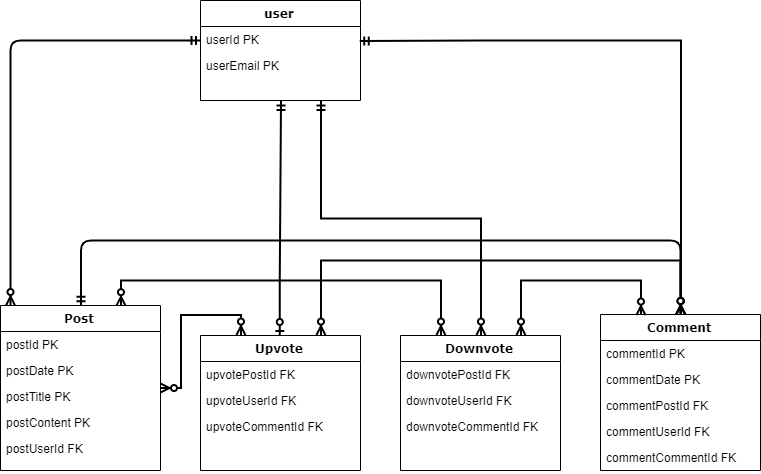
Above: epic/design-diagram.png in BeckTimothy/dataDesignProject (draw.io), before the change. Source tidied: cells renumbered, new cells last; positions are measured from the earlier drawing's top-left corner, leaving out a move shared by most shapes. Its diagram source:
```xml
<mxGraphModel background="#ffffff">
  <root>
    <mxCell id="0" />
    <mxCell id="1" parent="0" />
    <mxCell id="2" value="user" style="swimlane;html=1;fontStyle=1;align=center;verticalAlign=top;horizontal=1;startSize=26;swimlaneFillColor=#ffffff;rounded=0;shadow=0;comic=0;labelBackgroundColor=none;strokeColor=#000000;strokeWidth=1;fillColor=none;fontFamily=Verdana;fontSize=12;fontColor=#000000;" parent="1" vertex="1">
      <mxGeometry x="200" width="160" height="100" as="geometry" />
    </mxCell>
    <mxCell id="3" value="userId PK" style="text;html=1;strokeColor=none;fillColor=none;align=left;verticalAlign=top;spacingLeft=4;spacingRight=4;whiteSpace=wrap;overflow=hidden;" parent="2" vertex="1">
      <mxGeometry y="26" width="160" height="26" as="geometry" />
    </mxCell>
    <mxCell id="4" value="userEmail PK" style="text;html=1;strokeColor=none;fillColor=none;align=left;verticalAlign=top;spacingLeft=4;spacingRight=4;whiteSpace=wrap;overflow=hidden;points=[[0,0.5],[1,0.5]];portConstraint=eastwest;" parent="2" vertex="1">
      <mxGeometry y="52" width="160" height="26" as="geometry" />
    </mxCell>
    <mxCell id="5" value="Post" style="swimlane;html=1;fontStyle=1;align=center;verticalAlign=top;horizontal=1;startSize=26;swimlaneFillColor=#ffffff;rounded=0;shadow=0;comic=0;labelBackgroundColor=none;strokeColor=#000000;strokeWidth=1;fillColor=none;fontFamily=Verdana;fontSize=12;fontColor=#000000;" parent="1" vertex="1">
      <mxGeometry y="305" width="160" height="165" as="geometry" />
    </mxCell>
    <mxCell id="6" value="postId PK" style="text;html=1;strokeColor=none;fillColor=none;align=left;verticalAlign=top;spacingLeft=4;spacingRight=4;whiteSpace=wrap;overflow=hidden;" parent="5" vertex="1">
      <mxGeometry y="26" width="160" height="26" as="geometry" />
    </mxCell>
    <mxCell id="7" value="postDate PK" style="text;html=1;strokeColor=none;fillColor=none;align=left;verticalAlign=top;spacingLeft=4;spacingRight=4;whiteSpace=wrap;overflow=hidden;" parent="5" vertex="1">
      <mxGeometry y="52" width="160" height="26" as="geometry" />
    </mxCell>
    <mxCell id="8" value="postTitle PK" style="text;html=1;strokeColor=none;fillColor=none;align=left;verticalAlign=top;spacingLeft=4;spacingRight=4;whiteSpace=wrap;overflow=hidden;" parent="5" vertex="1">
      <mxGeometry y="78" width="160" height="26" as="geometry" />
    </mxCell>
    <mxCell id="9" value="postContent PK" style="text;html=1;strokeColor=none;fillColor=none;align=left;verticalAlign=top;spacingLeft=4;spacingRight=4;whiteSpace=wrap;overflow=hidden;" parent="5" vertex="1">
      <mxGeometry y="104" width="160" height="26" as="geometry" />
    </mxCell>
    <mxCell id="10" value="postUserId FK" style="text;html=1;strokeColor=none;fillColor=none;align=left;verticalAlign=top;spacingLeft=4;spacingRight=4;whiteSpace=wrap;overflow=hidden;" parent="5" vertex="1">
      <mxGeometry y="130" width="160" height="26" as="geometry" />
    </mxCell>
    <mxCell id="11" style="edgeStyle=orthogonalEdgeStyle;rounded=0;jettySize=auto;html=1;startArrow=ERzeroToMany;startFill=1;endArrow=ERmandOne;endFill=0;strokeWidth=2;" parent="1" edge="1" source="12">
      <mxGeometry relative="1" as="geometry">
        <mxPoint x="359" y="40" as="targetPoint" />
        <Array as="points">
          <mxPoint x="479" y="40" />
        </Array>
      </mxGeometry>
    </mxCell>
    <mxCell id="12" value="Comment" style="swimlane;html=1;fontStyle=1;align=center;verticalAlign=top;horizontal=1;startSize=26;swimlaneFillColor=#ffffff;rounded=0;shadow=0;comic=0;labelBackgroundColor=none;strokeColor=#000000;strokeWidth=1;fillColor=none;fontFamily=Verdana;fontSize=12;fontColor=#000000;" parent="1" vertex="1">
      <mxGeometry x="600" y="314" width="160" height="156" as="geometry" />
    </mxCell>
    <mxCell id="13" value="commentId PK" style="text;html=1;strokeColor=none;fillColor=none;align=left;verticalAlign=top;spacingLeft=4;spacingRight=4;whiteSpace=wrap;overflow=hidden;" parent="12" vertex="1">
      <mxGeometry y="26" width="160" height="26" as="geometry" />
    </mxCell>
    <mxCell id="14" value="commentDate PK" style="text;html=1;strokeColor=none;fillColor=none;align=left;verticalAlign=top;spacingLeft=4;spacingRight=4;whiteSpace=wrap;overflow=hidden;" parent="12" vertex="1">
      <mxGeometry y="52" width="160" height="26" as="geometry" />
    </mxCell>
    <mxCell id="15" value="commentPostId FK" style="text;html=1;strokeColor=none;fillColor=none;align=left;verticalAlign=top;spacingLeft=4;spacingRight=4;whiteSpace=wrap;overflow=hidden;" parent="12" vertex="1">
      <mxGeometry y="78" width="160" height="26" as="geometry" />
    </mxCell>
    <mxCell id="16" value="commentUserId FK" style="text;html=1;strokeColor=none;fillColor=none;align=left;verticalAlign=top;spacingLeft=4;spacingRight=4;whiteSpace=wrap;overflow=hidden;" parent="12" vertex="1">
      <mxGeometry y="104" width="160" height="26" as="geometry" />
    </mxCell>
    <mxCell id="17" value="commentCommentId FK" style="text;html=1;strokeColor=none;fillColor=none;align=left;verticalAlign=top;spacingLeft=4;spacingRight=4;whiteSpace=wrap;overflow=hidden;" parent="12" vertex="1">
      <mxGeometry y="130" width="160" height="26" as="geometry" />
    </mxCell>
    <mxCell id="18" style="edgeStyle=elbowEdgeStyle;html=1;labelBackgroundColor=none;startFill=0;endArrow=ERzeroToMany;endFill=1;fontFamily=Verdana;fontSize=12;elbow=vertical;strokeWidth=2;startArrow=ERmandOne;" parent="1" edge="1" source="2" target="5">
      <mxGeometry relative="1" as="geometry">
        <Array as="points">
          <mxPoint x="10" y="40" />
        </Array>
      </mxGeometry>
    </mxCell>
    <mxCell id="19" style="html=1;startArrow=ERmandOne;startFill=0;endArrow=ERzeroToMany;endFill=1;strokeWidth=2;edgeStyle=elbowEdgeStyle;elbow=vertical;exitX=0.5;exitY=0;exitDx=0;exitDy=0;" parent="1" edge="1" source="5" target="12">
      <mxGeometry relative="1" as="geometry">
        <Array as="points">
          <mxPoint x="140" y="240" />
          <mxPoint x="110" y="260" />
          <mxPoint x="180" y="250" />
        </Array>
      </mxGeometry>
    </mxCell>
    <mxCell id="20" style="edgeStyle=orthogonalEdgeStyle;rounded=0;jettySize=auto;html=1;exitX=0.25;exitY=0;exitDx=0;exitDy=0;startArrow=ERzeroToMany;startFill=1;endArrow=ERzeroToMany;endFill=1;strokeWidth=2;" parent="1" edge="1" source="23" target="5">
      <mxGeometry relative="1" as="geometry" />
    </mxCell>
    <mxCell id="21" style="edgeStyle=orthogonalEdgeStyle;rounded=0;jettySize=auto;html=1;startArrow=ERzeroToOne;startFill=1;endArrow=ERmandOne;endFill=0;strokeWidth=2;entryX=0.5;entryY=1;entryDx=0;entryDy=0;" parent="1" edge="1" source="23" target="2">
      <mxGeometry relative="1" as="geometry">
        <Array as="points">
          <mxPoint x="279" y="280" />
          <mxPoint x="279" y="280" />
        </Array>
      </mxGeometry>
    </mxCell>
    <mxCell id="22" style="edgeStyle=elbowEdgeStyle;rounded=0;jettySize=auto;html=1;exitX=0.75;exitY=0;exitDx=0;exitDy=0;startArrow=ERzeroToMany;startFill=1;endArrow=ERzeroToMany;endFill=1;strokeWidth=2;elbow=vertical;" parent="1" edge="1" source="23" target="12">
      <mxGeometry relative="1" as="geometry">
        <Array as="points">
          <mxPoint x="500" y="260" />
        </Array>
      </mxGeometry>
    </mxCell>
    <mxCell id="23" value="Upvote" style="swimlane;html=1;fontStyle=1;align=center;verticalAlign=top;horizontal=1;startSize=26;swimlaneFillColor=#ffffff;rounded=0;shadow=0;comic=0;labelBackgroundColor=none;strokeColor=#000000;strokeWidth=1;fillColor=none;fontFamily=Verdana;fontSize=12;fontColor=#000000;" parent="1" vertex="1">
      <mxGeometry x="200" y="335" width="160" height="135" as="geometry" />
    </mxCell>
    <mxCell id="24" value="upvotePostId FK" style="text;html=1;strokeColor=none;fillColor=none;align=left;verticalAlign=top;spacingLeft=4;spacingRight=4;whiteSpace=wrap;overflow=hidden;" parent="23" vertex="1">
      <mxGeometry y="26" width="160" height="26" as="geometry" />
    </mxCell>
    <mxCell id="25" value="upvoteUserId FK" style="text;html=1;strokeColor=none;fillColor=none;align=left;verticalAlign=top;spacingLeft=4;spacingRight=4;whiteSpace=wrap;overflow=hidden;" parent="23" vertex="1">
      <mxGeometry y="52" width="160" height="26" as="geometry" />
    </mxCell>
    <mxCell id="26" value="upvoteCommentId FK&amp;nbsp;" style="text;html=1;strokeColor=none;fillColor=none;align=left;verticalAlign=top;spacingLeft=4;spacingRight=4;whiteSpace=wrap;overflow=hidden;" parent="23" vertex="1">
      <mxGeometry y="78" width="160" height="26" as="geometry" />
    </mxCell>
    <mxCell id="27" style="edgeStyle=elbowEdgeStyle;rounded=0;jettySize=auto;elbow=vertical;html=1;exitX=0.25;exitY=0;exitDx=0;exitDy=0;startArrow=ERzeroToMany;startFill=1;endArrow=ERzeroToMany;endFill=1;strokeWidth=2;entryX=0.75;entryY=0;entryDx=0;entryDy=0;" parent="1" edge="1" source="30" target="5">
      <mxGeometry relative="1" as="geometry">
        <Array as="points">
          <mxPoint x="290" y="280" />
        </Array>
      </mxGeometry>
    </mxCell>
    <mxCell id="28" style="edgeStyle=elbowEdgeStyle;rounded=0;jettySize=auto;elbow=vertical;html=1;exitX=0.75;exitY=0;exitDx=0;exitDy=0;entryX=0.25;entryY=0;entryDx=0;entryDy=0;startArrow=ERzeroToMany;startFill=1;endArrow=ERzeroToMany;endFill=1;strokeWidth=2;" parent="1" edge="1" source="30" target="12">
      <mxGeometry relative="1" as="geometry">
        <Array as="points">
          <mxPoint x="590" y="280" />
        </Array>
      </mxGeometry>
    </mxCell>
    <mxCell id="29" style="edgeStyle=elbowEdgeStyle;rounded=0;jettySize=auto;elbow=vertical;html=1;exitX=0.5;exitY=0;exitDx=0;exitDy=0;entryX=0.75;entryY=1;entryDx=0;entryDy=0;startArrow=ERzeroToMany;startFill=1;endArrow=ERmandOne;endFill=0;strokeWidth=2;" parent="1" edge="1" source="30" target="2">
      <mxGeometry relative="1" as="geometry" />
    </mxCell>
    <mxCell id="30" value="Downvote" style="swimlane;html=1;fontStyle=1;align=center;verticalAlign=top;horizontal=1;startSize=26;swimlaneFillColor=#ffffff;rounded=0;shadow=0;comic=0;labelBackgroundColor=none;strokeColor=#000000;strokeWidth=1;fillColor=none;fontFamily=Verdana;fontSize=12;fontColor=#000000;" parent="1" vertex="1">
      <mxGeometry x="400" y="335" width="160" height="135" as="geometry" />
    </mxCell>
    <mxCell id="31" value="downvotePostId FK" style="text;html=1;strokeColor=none;fillColor=none;align=left;verticalAlign=top;spacingLeft=4;spacingRight=4;whiteSpace=wrap;overflow=hidden;" parent="30" vertex="1">
      <mxGeometry y="26" width="160" height="26" as="geometry" />
    </mxCell>
    <mxCell id="32" value="downvoteUserId FK" style="text;html=1;strokeColor=none;fillColor=none;align=left;verticalAlign=top;spacingLeft=4;spacingRight=4;whiteSpace=wrap;overflow=hidden;" parent="30" vertex="1">
      <mxGeometry y="52" width="160" height="26" as="geometry" />
    </mxCell>
    <mxCell id="33" value="downvoteCommentId FK&amp;nbsp;" style="text;html=1;strokeColor=none;fillColor=none;align=left;verticalAlign=top;spacingLeft=4;spacingRight=4;whiteSpace=wrap;overflow=hidden;" parent="30" vertex="1">
      <mxGeometry y="78" width="160" height="26" as="geometry" />
    </mxCell>
  </root>
</mxGraphModel>
```
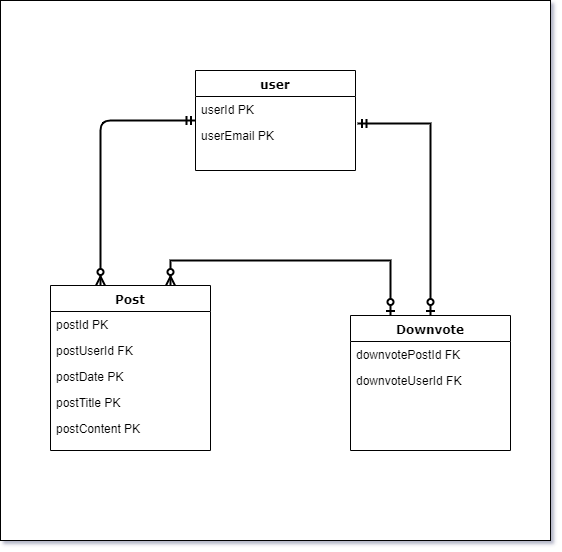
After the commit.

Diff of the diagram source:
```diff
@@ -2,8 +2,11 @@
   <root>
     <mxCell id="0" />
     <mxCell id="1" parent="0" />
+    <mxCell id="34" style="rounded=0;whiteSpace=wrap;html=1;" parent="1" vertex="1">
+      <mxGeometry x="-50" y="20" width="550" height="540" as="geometry" />
+    </mxCell>
     <mxCell id="2" value="user" style="swimlane;html=1;fontStyle=1;align=center;verticalAlign=top;horizontal=1;startSize=26;swimlaneFillColor=#ffffff;rounded=0;shadow=0;comic=0;labelBackgroundColor=none;strokeColor=#000000;strokeWidth=1;fillColor=none;fontFamily=Verdana;fontSize=12;fontColor=#000000;" parent="1" vertex="1">
-      <mxGeometry x="200" width="160" height="100" as="geometry" />
+      <mxGeometry x="145" y="90" width="160" height="100" as="geometry" />
     </mxCell>
     <mxCell id="3" value="userId PK" style="text;html=1;strokeColor=none;fillColor=none;align=left;verticalAlign=top;spacingLeft=4;spacingRight=4;whiteSpace=wrap;overflow=hidden;" parent="2" vertex="1">
       <mxGeometry y="26" width="160" height="26" as="geometry" />
@@ -17,109 +20,41 @@
     <mxCell id="6" value="postId PK" style="text;html=1;strokeColor=none;fillColor=none;align=left;verticalAlign=top;spacingLeft=4;spacingRight=4;whiteSpace=wrap;overflow=hidden;" parent="5" vertex="1">
       <mxGeometry y="26" width="160" height="26" as="geometry" />
     </mxCell>
+    <mxCell id="10" value="postUserId FK" style="text;html=1;strokeColor=none;fillColor=none;align=left;verticalAlign=top;spacingLeft=4;spacingRight=4;whiteSpace=wrap;overflow=hidden;" parent="5" vertex="1">
+      <mxGeometry y="52" width="160" height="26" as="geometry" />
+    </mxCell>
     <mxCell id="7" value="postDate PK" style="text;html=1;strokeColor=none;fillColor=none;align=left;verticalAlign=top;spacingLeft=4;spacingRight=4;whiteSpace=wrap;overflow=hidden;" parent="5" vertex="1">
-      <mxGeometry y="52" width="160" height="26" as="geometry" />
+      <mxGeometry y="78" width="160" height="26" as="geometry" />
     </mxCell>
     <mxCell id="8" value="postTitle PK" style="text;html=1;strokeColor=none;fillColor=none;align=left;verticalAlign=top;spacingLeft=4;spacingRight=4;whiteSpace=wrap;overflow=hidden;" parent="5" vertex="1">
-      <mxGeometry y="78" width="160" height="26" as="geometry" />
+      <mxGeometry y="104" width="160" height="26" as="geometry" />
     </mxCell>
     <mxCell id="9" value="postContent PK" style="text;html=1;strokeColor=none;fillColor=none;align=left;verticalAlign=top;spacingLeft=4;spacingRight=4;whiteSpace=wrap;overflow=hidden;" parent="5" vertex="1">
-      <mxGeometry y="104" width="160" height="26" as="geometry" />
+      <mxGeometry y="130" width="160" height="26" as="geometry" />
     </mxCell>
-    <mxCell id="10" value="postUserId FK" style="text;html=1;strokeColor=none;fillColor=none;align=left;verticalAlign=top;spacingLeft=4;spacingRight=4;whiteSpace=wrap;overflow=hidden;" parent="5" vertex="1">
-      <mxGeometry y="130" width="160" height="26" as="geometry" />
-    </mxCell>
-    <mxCell id="11" style="edgeStyle=orthogonalEdgeStyle;rounded=0;jettySize=auto;html=1;startArrow=ERzeroToMany;startFill=1;endArrow=ERmandOne;endFill=0;strokeWidth=2;" parent="1" edge="1" source="12">
-      <mxGeometry relative="1" as="geometry">
-        <mxPoint x="359" y="40" as="targetPoint" />
-        <Array as="points">
-          <mxPoint x="479" y="40" />
-        </Array>
-      </mxGeometry>
-    </mxCell>
-    <mxCell id="12" value="Comment" style="swimlane;html=1;fontStyle=1;align=center;verticalAlign=top;horizontal=1;startSize=26;swimlaneFillColor=#ffffff;rounded=0;shadow=0;comic=0;labelBackgroundColor=none;strokeColor=#000000;strokeWidth=1;fillColor=none;fontFamily=Verdana;fontSize=12;fontColor=#000000;" parent="1" vertex="1">
-      <mxGeometry x="600" y="314" width="160" height="156" as="geometry" />
-    </mxCell>
-    <mxCell id="13" value="commentId PK" style="text;html=1;strokeColor=none;fillColor=none;align=left;verticalAlign=top;spacingLeft=4;spacingRight=4;whiteSpace=wrap;overflow=hidden;" parent="12" vertex="1">
-      <mxGeometry y="26" width="160" height="26" as="geometry" />
-    </mxCell>
-    <mxCell id="14" value="commentDate PK" style="text;html=1;strokeColor=none;fillColor=none;align=left;verticalAlign=top;spacingLeft=4;spacingRight=4;whiteSpace=wrap;overflow=hidden;" parent="12" vertex="1">
-      <mxGeometry y="52" width="160" height="26" as="geometry" />
-    </mxCell>
-    <mxCell id="15" value="commentPostId FK" style="text;html=1;strokeColor=none;fillColor=none;align=left;verticalAlign=top;spacingLeft=4;spacingRight=4;whiteSpace=wrap;overflow=hidden;" parent="12" vertex="1">
-      <mxGeometry y="78" width="160" height="26" as="geometry" />
-    </mxCell>
-    <mxCell id="16" value="commentUserId FK" style="text;html=1;strokeColor=none;fillColor=none;align=left;verticalAlign=top;spacingLeft=4;spacingRight=4;whiteSpace=wrap;overflow=hidden;" parent="12" vertex="1">
-      <mxGeometry y="104" width="160" height="26" as="geometry" />
-    </mxCell>
-    <mxCell id="17" value="commentCommentId FK" style="text;html=1;strokeColor=none;fillColor=none;align=left;verticalAlign=top;spacingLeft=4;spacingRight=4;whiteSpace=wrap;overflow=hidden;" parent="12" vertex="1">
-      <mxGeometry y="130" width="160" height="26" as="geometry" />
-    </mxCell>
     <mxCell id="18" style="edgeStyle=elbowEdgeStyle;html=1;labelBackgroundColor=none;startFill=0;endArrow=ERzeroToMany;endFill=1;fontFamily=Verdana;fontSize=12;elbow=vertical;strokeWidth=2;startArrow=ERmandOne;" parent="1" edge="1" source="2" target="5">
       <mxGeometry relative="1" as="geometry">
         <Array as="points">
-          <mxPoint x="10" y="40" />
+          <mxPoint x="50" y="140" />
         </Array>
       </mxGeometry>
     </mxCell>
-    <mxCell id="19" style="html=1;startArrow=ERmandOne;startFill=0;endArrow=ERzeroToMany;endFill=1;strokeWidth=2;edgeStyle=elbowEdgeStyle;elbow=vertical;exitX=0.5;exitY=0;exitDx=0;exitDy=0;" parent="1" edge="1" source="5" target="12">
-      <mxGeometry relative="1" as="geometry">
-        <Array as="points">
-          <mxPoint x="140" y="240" />
-          <mxPoint x="110" y="260" />
-          <mxPoint x="180" y="250" />
-        </Array>
-      </mxGeometry>
-    </mxCell>
-    <mxCell id="20" style="edgeStyle=orthogonalEdgeStyle;rounded=0;jettySize=auto;html=1;exitX=0.25;exitY=0;exitDx=0;exitDy=0;startArrow=ERzeroToMany;startFill=1;endArrow=ERzeroToMany;endFill=1;strokeWidth=2;" parent="1" edge="1" source="23" target="5">
-      <mxGeometry relative="1" as="geometry" />
-    </mxCell>
-    <mxCell id="21" style="edgeStyle=orthogonalEdgeStyle;rounded=0;jettySize=auto;html=1;startArrow=ERzeroToOne;startFill=1;endArrow=ERmandOne;endFill=0;strokeWidth=2;entryX=0.5;entryY=1;entryDx=0;entryDy=0;" parent="1" edge="1" source="23" target="2">
-      <mxGeometry relative="1" as="geometry">
-        <Array as="points">
-          <mxPoint x="279" y="280" />
-          <mxPoint x="279" y="280" />
-        </Array>
-      </mxGeometry>
-    </mxCell>
-    <mxCell id="22" style="edgeStyle=elbowEdgeStyle;rounded=0;jettySize=auto;html=1;exitX=0.75;exitY=0;exitDx=0;exitDy=0;startArrow=ERzeroToMany;startFill=1;endArrow=ERzeroToMany;endFill=1;strokeWidth=2;elbow=vertical;" parent="1" edge="1" source="23" target="12">
-      <mxGeometry relative="1" as="geometry">
-        <Array as="points">
-          <mxPoint x="500" y="260" />
-        </Array>
-      </mxGeometry>
-    </mxCell>
-    <mxCell id="23" value="Upvote" style="swimlane;html=1;fontStyle=1;align=center;verticalAlign=top;horizontal=1;startSize=26;swimlaneFillColor=#ffffff;rounded=0;shadow=0;comic=0;labelBackgroundColor=none;strokeColor=#000000;strokeWidth=1;fillColor=none;fontFamily=Verdana;fontSize=12;fontColor=#000000;" parent="1" vertex="1">
-      <mxGeometry x="200" y="335" width="160" height="135" as="geometry" />
-    </mxCell>
-    <mxCell id="24" value="upvotePostId FK" style="text;html=1;strokeColor=none;fillColor=none;align=left;verticalAlign=top;spacingLeft=4;spacingRight=4;whiteSpace=wrap;overflow=hidden;" parent="23" vertex="1">
-      <mxGeometry y="26" width="160" height="26" as="geometry" />
-    </mxCell>
-    <mxCell id="25" value="upvoteUserId FK" style="text;html=1;strokeColor=none;fillColor=none;align=left;verticalAlign=top;spacingLeft=4;spacingRight=4;whiteSpace=wrap;overflow=hidden;" parent="23" vertex="1">
-      <mxGeometry y="52" width="160" height="26" as="geometry" />
-    </mxCell>
-    <mxCell id="26" value="upvoteCommentId FK&amp;nbsp;" style="text;html=1;strokeColor=none;fillColor=none;align=left;verticalAlign=top;spacingLeft=4;spacingRight=4;whiteSpace=wrap;overflow=hidden;" parent="23" vertex="1">
-      <mxGeometry y="78" width="160" height="26" as="geometry" />
-    </mxCell>
-    <mxCell id="27" style="edgeStyle=elbowEdgeStyle;rounded=0;jettySize=auto;elbow=vertical;html=1;exitX=0.25;exitY=0;exitDx=0;exitDy=0;startArrow=ERzeroToMany;startFill=1;endArrow=ERzeroToMany;endFill=1;strokeWidth=2;entryX=0.75;entryY=0;entryDx=0;entryDy=0;" parent="1" edge="1" source="30" target="5">
+    <mxCell id="27" style="edgeStyle=elbowEdgeStyle;rounded=0;jettySize=auto;elbow=vertical;html=1;exitX=0.25;exitY=0;exitDx=0;exitDy=0;startArrow=ERzeroToOne;startFill=1;endArrow=ERzeroToMany;endFill=1;strokeWidth=2;entryX=0.75;entryY=0;entryDx=0;entryDy=0;" parent="1" edge="1" source="30" target="5">
       <mxGeometry relative="1" as="geometry">
         <Array as="points">
           <mxPoint x="290" y="280" />
         </Array>
       </mxGeometry>
     </mxCell>
-    <mxCell id="28" style="edgeStyle=elbowEdgeStyle;rounded=0;jettySize=auto;elbow=vertical;html=1;exitX=0.75;exitY=0;exitDx=0;exitDy=0;entryX=0.25;entryY=0;entryDx=0;entryDy=0;startArrow=ERzeroToMany;startFill=1;endArrow=ERzeroToMany;endFill=1;strokeWidth=2;" parent="1" edge="1" source="30" target="12">
-      <mxGeometry relative="1" as="geometry">
-        <Array as="points">
-          <mxPoint x="590" y="280" />
-        </Array>
-      </mxGeometry>
-    </mxCell>
-    <mxCell id="29" style="edgeStyle=elbowEdgeStyle;rounded=0;jettySize=auto;elbow=vertical;html=1;exitX=0.5;exitY=0;exitDx=0;exitDy=0;entryX=0.75;entryY=1;entryDx=0;entryDy=0;startArrow=ERzeroToMany;startFill=1;endArrow=ERmandOne;endFill=0;strokeWidth=2;" parent="1" edge="1" source="30" target="2">
-      <mxGeometry relative="1" as="geometry" />
+    <mxCell id="29" style="edgeStyle=elbowEdgeStyle;rounded=0;jettySize=auto;elbow=vertical;html=1;exitX=0.5;exitY=0;exitDx=0;exitDy=0;startArrow=ERzeroToOne;startFill=1;endArrow=ERmandOne;endFill=0;strokeWidth=2;entryX=1.013;entryY=0.038;entryDx=0;entryDy=0;entryPerimeter=0;" parent="1" edge="1" source="30" target="4">
+      <mxGeometry relative="1" as="geometry">
+        <Array as="points">
+          <mxPoint x="410" y="143" />
+        </Array>
+      </mxGeometry>
     </mxCell>
     <mxCell id="30" value="Downvote" style="swimlane;html=1;fontStyle=1;align=center;verticalAlign=top;horizontal=1;startSize=26;swimlaneFillColor=#ffffff;rounded=0;shadow=0;comic=0;labelBackgroundColor=none;strokeColor=#000000;strokeWidth=1;fillColor=none;fontFamily=Verdana;fontSize=12;fontColor=#000000;" parent="1" vertex="1">
-      <mxGeometry x="400" y="335" width="160" height="135" as="geometry" />
+      <mxGeometry x="300" y="335" width="160" height="135" as="geometry" />
     </mxCell>
     <mxCell id="31" value="downvotePostId FK" style="text;html=1;strokeColor=none;fillColor=none;align=left;verticalAlign=top;spacingLeft=4;spacingRight=4;whiteSpace=wrap;overflow=hidden;" parent="30" vertex="1">
       <mxGeometry y="26" width="160" height="26" as="geometry" />
@@ -127,8 +62,5 @@
     <mxCell id="32" value="downvoteUserId FK" style="text;html=1;strokeColor=none;fillColor=none;align=left;verticalAlign=top;spacingLeft=4;spacingRight=4;whiteSpace=wrap;overflow=hidden;" parent="30" vertex="1">
       <mxGeometry y="52" width="160" height="26" as="geometry" />
     </mxCell>
-    <mxCell id="33" value="downvoteCommentId FK&amp;nbsp;" style="text;html=1;strokeColor=none;fillColor=none;align=left;verticalAlign=top;spacingLeft=4;spacingRight=4;whiteSpace=wrap;overflow=hidden;" parent="30" vertex="1">
-      <mxGeometry y="78" width="160" height="26" as="geometry" />
-    </mxCell>
   </root>
 </mxGraphModel>
```
